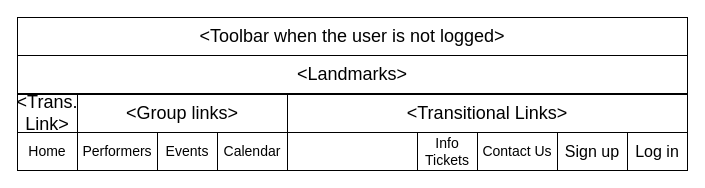
The draw.io diagram other/documentation/frontend/DRAW IO desing/toolbar not log.drawio in LeonardoPanizzo/hypermedia2019, before the edit. Source tidied: cells renumbered, new cells numbered last; positions are measured from the earlier drawing's top-left corner, leaving out a move shared by most shapes. Both pictures are drawn from the tidied source at 100%, with x=0, y=0 at pixel (17, 17).
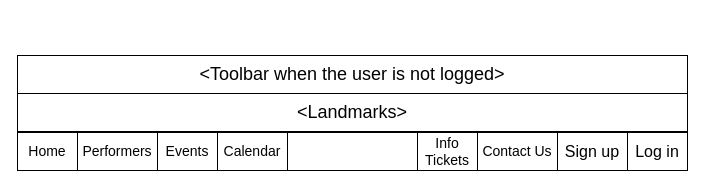
The same diagram, later.

Diff of the diagram source:
```diff
@@
 <mxGraphModel>
   <root>
     <mxCell id="0" />
     <mxCell id="1" parent="0" />
     <mxCell id="2" value="&lt;span style=&quot;font-size: 18px;&quot;&gt;&amp;lt;Landmarks&amp;gt;&lt;/span&gt;" style="rounded=0;whiteSpace=wrap;html=1;fontSize=18;" parent="1" vertex="1">
-      <mxGeometry y="38" width="670" height="38" as="geometry" />
+      <mxGeometry y="76" width="670" height="38" as="geometry" />
     </mxCell>
     <mxCell id="3" value="&lt;span style=&quot;font-size: 16px;&quot;&gt;Log in&lt;/span&gt;" style="rounded=0;whiteSpace=wrap;html=1;fontSize=16;" parent="1" vertex="1">
       <mxGeometry x="610" y="115" width="60" height="38" as="geometry" />
     </mxCell>
     <mxCell id="4" value="&lt;span style=&quot;font-size: 18px;&quot;&gt;&amp;lt;Toolbar when the user is not logged&amp;gt;&lt;/span&gt;" style="rounded=0;whiteSpace=wrap;html=1;fontSize=18;" parent="1" vertex="1">
-      <mxGeometry width="670" height="38" as="geometry" />
+      <mxGeometry y="38" width="670" height="38" as="geometry" />
     </mxCell>
     <mxCell id="5" value="&lt;span style=&quot;font-size: 16px;&quot;&gt;Sign up&lt;/span&gt;" style="rounded=0;whiteSpace=wrap;html=1;fontSize=16;" parent="1" vertex="1">
       <mxGeometry x="540" y="115" width="70" height="38" as="geometry" />
     </mxCell>
-    <mxCell id="6" value="&lt;span style=&quot;font-size: 18px;&quot;&gt;&amp;lt;Group links&amp;gt;&lt;/span&gt;" style="rounded=0;whiteSpace=wrap;html=1;fontStyle=0;fontSize=18;" parent="1" vertex="1">
-      <mxGeometry x="60" y="77" width="210" height="38" as="geometry" />
-    </mxCell>
     <mxCell id="7" value="&lt;span style=&quot;font-size: 14px;&quot;&gt;Home&lt;/span&gt;" style="rounded=0;whiteSpace=wrap;html=1;fontStyle=0;fontSize=14;" parent="1" vertex="1">
       <mxGeometry y="115" width="60" height="38" as="geometry" />
     </mxCell>
-    <mxCell id="8" value="&lt;span style=&quot;font-size: 18px;&quot;&gt;&amp;lt;Trans.&lt;br style=&quot;font-size: 18px;&quot;&gt;Link&amp;gt;&lt;/span&gt;&lt;br style=&quot;font-size: 18px;&quot;&gt;" style="rounded=0;whiteSpace=wrap;html=1;fontStyle=0;fontSize=18;" parent="1" vertex="1">
-      <mxGeometry y="77" width="60" height="38" as="geometry" />
-    </mxCell>
-    <mxCell id="9" value="&lt;span style=&quot;font-size: 18px;&quot;&gt;&amp;lt;Transitional Links&amp;gt;&lt;/span&gt;&lt;br style=&quot;font-size: 18px;&quot;&gt;" style="rounded=0;whiteSpace=wrap;html=1;fontStyle=0;fontSize=18;" parent="1" vertex="1">
-      <mxGeometry x="270" y="77" width="400" height="38" as="geometry" />
-    </mxCell>
     <mxCell id="10" value="&lt;span style=&quot;font-size: 14px&quot;&gt;Performers&lt;/span&gt;" style="rounded=0;whiteSpace=wrap;html=1;fontStyle=0;fontSize=14;" parent="1" vertex="1">
       <mxGeometry x="60" y="115" width="80" height="38" as="geometry" />
     </mxCell>
     <mxCell id="11" value="&lt;span style=&quot;font-size: 14px;&quot;&gt;Events&lt;/span&gt;" style="rounded=0;whiteSpace=wrap;html=1;fontStyle=0;fontSize=14;" parent="1" vertex="1">
       <mxGeometry x="140" y="115" width="60" height="38" as="geometry" />
     </mxCell>
     <mxCell id="12" value="&lt;span style=&quot;font-size: 14px&quot;&gt;Calendar&lt;br&gt;&lt;/span&gt;" style="rounded=0;whiteSpace=wrap;html=1;fontStyle=0;fontSize=14;" parent="1" vertex="1">
       <mxGeometry x="200" y="115" width="70" height="38" as="geometry" />
     </mxCell>
     <mxCell id="13" style="rounded=0;whiteSpace=wrap;html=1;fontStyle=0;fontSize=14;" parent="1" vertex="1">
       <mxGeometry x="270" y="115" width="130" height="38" as="geometry" />
     </mxCell>
     <mxCell id="14" value="Info Tickets" style="rounded=0;whiteSpace=wrap;html=1;fontStyle=0;fontSize=14;" parent="1" vertex="1">
       <mxGeometry x="400" y="115" width="60" height="38" as="geometry" />
     </mxCell>
     <mxCell id="15" value="&lt;span style=&quot;font-size: 14px;&quot;&gt;&lt;span style=&quot;font-size: 14px;&quot;&gt;Contact Us&lt;/span&gt;&lt;/span&gt;" style="rounded=0;whiteSpace=wrap;html=1;fontStyle=0;fontSize=14;" parent="1" vertex="1">
       <mxGeometry x="460" y="115" width="80" height="38" as="geometry" />
     </mxCell>
   </root>
 </mxGraphModel>
```
